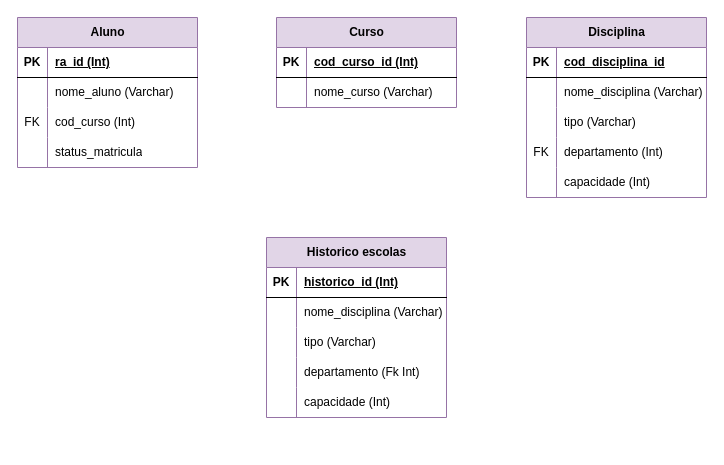
Above: faculdadebd.drawio in Laraewellen/Banco-de-dados-teste (draw.io), before the change. Source tidied: cells renumbered, new cells numbered last; positions are measured from the earlier drawing's top-left corner, leaving out a move shared by most shapes. Both pictures are drawn from the tidied source at 100%, with x=0, y=0 at pixel (17, 17).
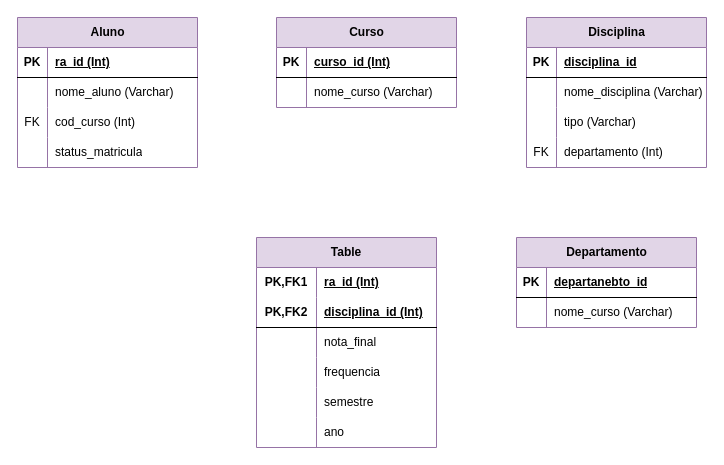
Above is the later version.

Unchanged cells that the change refers to:
```xml
<mxCell id="16" style="shape=tableRow;horizontal=0;startSize=0;swimlaneHead=0;swimlaneBody=0;fillColor=none;top=0;left=0;right=0;bottom=1;" parent="15" vertex="1">
  <mxGeometry y="30" width="180" height="30" as="geometry" />
</mxCell>
<mxCell id="32" style="shape=tableRow;horizontal=0;startSize=0;swimlaneHead=0;swimlaneBody=0;fillColor=none;top=0;left=0;right=0;bottom=1;" parent="31" vertex="1">
  <mxGeometry y="30" width="180" height="30" as="geometry" />
</mxCell>
```

Change to the diagram source:
```diff
@@
     <mxCell id="15" value="Disciplina" style="shape=table;startSize=30;childLayout=tableLayout;rowLines=0;fontStyle=1;align=center;html=1;fillColor=#e1d5e7;strokeColor=#9673a6;" parent="1" vertex="1">
-      <mxGeometry x="509" width="180" height="180" as="geometry" />
+      <mxGeometry x="509" width="180" height="150" as="geometry" />
     </mxCell>
@@
-    <mxCell id="18" value="cod_disciplina_id" style="shape=partialRectangle;fillColor=none;top=0;left=0;bottom=0;right=0;align=left;spacingLeft=6;fontStyle=5;overflow=hidden;whiteSpace=wrap;html=1;" parent="16" vertex="1">
+    <mxCell id="18" value="disciplina_id" style="shape=partialRectangle;fillColor=none;top=0;left=0;bottom=0;right=0;align=left;spacingLeft=6;fontStyle=5;overflow=hidden;whiteSpace=wrap;html=1;" parent="16" vertex="1">
       <mxGeometry x="30" width="150" height="30" as="geometry" />
     </mxCell>
@@
-    <mxCell id="28" style="shape=tableRow;horizontal=0;startSize=0;swimlaneHead=0;swimlaneBody=0;fillColor=none;top=0;left=0;right=0;bottom=0;" parent="15" vertex="1">
-      <mxGeometry y="150" width="180" height="30" as="geometry" />
-    </mxCell>
-    <mxCell id="29" style="shape=partialRectangle;fillColor=none;top=0;left=0;bottom=0;right=0;overflow=hidden;whiteSpace=wrap;html=1;" parent="28" vertex="1">
-      <mxGeometry width="30" height="30" as="geometry" />
-    </mxCell>
-    <mxCell id="30" value="capacidade (Int)" style="shape=partialRectangle;fillColor=none;top=0;left=0;bottom=0;right=0;align=left;spacingLeft=6;overflow=hidden;whiteSpace=wrap;html=1;" parent="28" vertex="1">
-      <mxGeometry x="30" width="150" height="30" as="geometry" />
-    </mxCell>
@@
-    <mxCell id="34" value="cod_curso_id (Int)" style="shape=partialRectangle;fillColor=none;top=0;left=0;bottom=0;right=0;align=left;spacingLeft=6;fontStyle=5;overflow=hidden;whiteSpace=wrap;html=1;" parent="32" vertex="1">
+    <mxCell id="34" value="curso_id (Int)" style="shape=partialRectangle;fillColor=none;top=0;left=0;bottom=0;right=0;align=left;spacingLeft=6;fontStyle=5;overflow=hidden;whiteSpace=wrap;html=1;" parent="32" vertex="1">
       <mxGeometry x="30" width="150" height="30" as="geometry" />
     </mxCell>
@@
-    <mxCell id="38" value="Historico escolas" style="shape=table;startSize=30;childLayout=tableLayout;rowLines=0;fontStyle=1;align=center;html=1;fillColor=#e1d5e7;strokeColor=#9673a6;" parent="1" vertex="1">
-      <mxGeometry x="249" y="220" width="180" height="180" as="geometry" />
-    </mxCell>
+    <mxCell id="54" value="Table" style="shape=table;startSize=30;childLayout=tableLayout;rowLines=0;fontStyle=1;align=center;html=1;whiteSpace=wrap;fillColor=#e1d5e7;strokeColor=#9673a6;" parent="1" vertex="1">
+      <mxGeometry x="239" y="220" width="180" height="210" as="geometry" />
+    </mxCell>
+    <mxCell id="55" style="shape=tableRow;horizontal=0;startSize=0;swimlaneHead=0;swimlaneBody=0;fillColor=none;top=0;left=0;right=0;bottom=0;html=1;" parent="54" vertex="1">
+      <mxGeometry y="30" width="180" height="30" as="geometry" />
+    </mxCell>
+    <mxCell id="56" value="PK,FK1" style="shape=partialRectangle;fillColor=none;top=0;left=0;bottom=0;right=0;fontStyle=1;overflow=hidden;html=1;whiteSpace=wrap;" parent="55" vertex="1">
+      <mxGeometry width="60" height="30" as="geometry" />
+    </mxCell>
+    <mxCell id="57" value="ra_id (Int)" style="shape=partialRectangle;fillColor=none;top=0;left=0;bottom=0;right=0;align=left;spacingLeft=6;fontStyle=5;overflow=hidden;html=1;whiteSpace=wrap;" parent="55" vertex="1">
+      <mxGeometry x="60" width="120" height="30" as="geometry" />
+    </mxCell>
+    <mxCell id="58" style="shape=tableRow;horizontal=0;startSize=0;swimlaneHead=0;swimlaneBody=0;fillColor=none;top=0;left=0;right=0;bottom=1;html=1;" parent="54" vertex="1">
+      <mxGeometry y="60" width="180" height="30" as="geometry" />
+    </mxCell>
+    <mxCell id="59" value="PK,FK2" style="shape=partialRectangle;fillColor=none;top=0;left=0;bottom=0;right=0;fontStyle=1;overflow=hidden;html=1;whiteSpace=wrap;" parent="58" vertex="1">
+      <mxGeometry width="60" height="30" as="geometry" />
+    </mxCell>
+    <mxCell id="60" value="disciplina_id (Int)" style="shape=partialRectangle;fillColor=none;top=0;left=0;bottom=0;right=0;align=left;spacingLeft=6;fontStyle=5;overflow=hidden;html=1;whiteSpace=wrap;" parent="58" vertex="1">
+      <mxGeometry x="60" width="120" height="30" as="geometry" />
+    </mxCell>
+    <mxCell id="61" style="shape=tableRow;horizontal=0;startSize=0;swimlaneHead=0;swimlaneBody=0;fillColor=none;top=0;left=0;right=0;bottom=0;html=1;" parent="54" vertex="1">
+      <mxGeometry y="90" width="180" height="30" as="geometry" />
+    </mxCell>
+    <mxCell id="62" style="shape=partialRectangle;fillColor=none;top=0;left=0;bottom=0;right=0;overflow=hidden;html=1;whiteSpace=wrap;" parent="61" vertex="1">
+      <mxGeometry width="60" height="30" as="geometry" />
+    </mxCell>
+    <mxCell id="63" value="nota_final" style="shape=partialRectangle;fillColor=none;top=0;left=0;bottom=0;right=0;align=left;spacingLeft=6;overflow=hidden;html=1;whiteSpace=wrap;" parent="61" vertex="1">
+      <mxGeometry x="60" width="120" height="30" as="geometry" />
+    </mxCell>
+    <mxCell id="64" style="shape=tableRow;horizontal=0;startSize=0;swimlaneHead=0;swimlaneBody=0;fillColor=none;top=0;left=0;right=0;bottom=0;html=1;" parent="54" vertex="1">
+      <mxGeometry y="120" width="180" height="30" as="geometry" />
+    </mxCell>
+    <mxCell id="65" style="shape=partialRectangle;fillColor=none;top=0;left=0;bottom=0;right=0;overflow=hidden;html=1;whiteSpace=wrap;" parent="64" vertex="1">
+      <mxGeometry width="60" height="30" as="geometry" />
+    </mxCell>
+    <mxCell id="66" value="frequencia" style="shape=partialRectangle;fillColor=none;top=0;left=0;bottom=0;right=0;align=left;spacingLeft=6;overflow=hidden;html=1;whiteSpace=wrap;" parent="64" vertex="1">
+      <mxGeometry x="60" width="120" height="30" as="geometry" />
+    </mxCell>
+    <mxCell id="67" style="shape=tableRow;horizontal=0;startSize=0;swimlaneHead=0;swimlaneBody=0;fillColor=none;top=0;left=0;right=0;bottom=0;html=1;" parent="54" vertex="1">
+      <mxGeometry y="150" width="180" height="30" as="geometry" />
+    </mxCell>
+    <mxCell id="68" style="shape=partialRectangle;fillColor=none;top=0;left=0;bottom=0;right=0;overflow=hidden;html=1;whiteSpace=wrap;" parent="67" vertex="1">
+      <mxGeometry width="60" height="30" as="geometry" />
+    </mxCell>
+    <mxCell id="69" value="semestre" style="shape=partialRectangle;fillColor=none;top=0;left=0;bottom=0;right=0;align=left;spacingLeft=6;overflow=hidden;html=1;whiteSpace=wrap;" parent="67" vertex="1">
+      <mxGeometry x="60" width="120" height="30" as="geometry" />
+    </mxCell>
+    <mxCell id="70" style="shape=tableRow;horizontal=0;startSize=0;swimlaneHead=0;swimlaneBody=0;fillColor=none;top=0;left=0;right=0;bottom=0;html=1;" parent="54" vertex="1">
+      <mxGeometry y="180" width="180" height="30" as="geometry" />
+    </mxCell>
+    <mxCell id="71" style="shape=partialRectangle;fillColor=none;top=0;left=0;bottom=0;right=0;overflow=hidden;html=1;whiteSpace=wrap;" parent="70" vertex="1">
+      <mxGeometry width="60" height="30" as="geometry" />
+    </mxCell>
+    <mxCell id="72" value="ano" style="shape=partialRectangle;fillColor=none;top=0;left=0;bottom=0;right=0;align=left;spacingLeft=6;overflow=hidden;html=1;whiteSpace=wrap;" parent="70" vertex="1">
+      <mxGeometry x="60" width="120" height="30" as="geometry" />
+    </mxCell>
+    <mxCell id="73" value="Departamento" style="shape=table;startSize=30;childLayout=tableLayout;rowLines=0;fontStyle=1;align=center;html=1;fillColor=#e1d5e7;strokeColor=#9673a6;" parent="1" vertex="1">
+      <mxGeometry x="499" y="220" width="180" height="90" as="geometry" />
+    </mxCell>
-    <mxCell id="39" style="shape=tableRow;horizontal=0;startSize=0;swimlaneHead=0;swimlaneBody=0;fillColor=none;top=0;left=0;right=0;bottom=1;" parent="38" vertex="1">
+    <mxCell id="39" style="shape=tableRow;horizontal=0;startSize=0;swimlaneHead=0;swimlaneBody=0;fillColor=none;top=0;left=0;right=0;bottom=1;" parent="73" vertex="1">
       <mxGeometry y="30" width="180" height="30" as="geometry" />
     </mxCell>
@@
-    <mxCell id="41" value="historico_id (Int)" style="shape=partialRectangle;fillColor=none;top=0;left=0;bottom=0;right=0;align=left;spacingLeft=6;fontStyle=5;overflow=hidden;whiteSpace=wrap;html=1;" parent="39" vertex="1">
-      <mxGeometry x="30" width="150" height="30" as="geometry" />
-    </mxCell>
+    <mxCell id="74" value="departanebto_id" style="shape=partialRectangle;fillColor=none;top=0;left=0;bottom=0;right=0;align=left;spacingLeft=6;fontStyle=5;overflow=hidden;whiteSpace=wrap;html=1;" parent="39" vertex="1">
+      <mxGeometry x="30" width="150" height="30" as="geometry" />
+    </mxCell>
-    <mxCell id="42" style="shape=tableRow;horizontal=0;startSize=0;swimlaneHead=0;swimlaneBody=0;fillColor=none;top=0;left=0;right=0;bottom=0;" parent="38" vertex="1">
+    <mxCell id="42" style="shape=tableRow;horizontal=0;startSize=0;swimlaneHead=0;swimlaneBody=0;fillColor=none;top=0;left=0;right=0;bottom=0;" parent="73" vertex="1">
       <mxGeometry y="60" width="180" height="30" as="geometry" />
     </mxCell>
-    <mxCell id="43" style="shape=partialRectangle;fillColor=none;top=0;left=0;bottom=0;right=0;overflow=hidden;whiteSpace=wrap;html=1;" parent="42" vertex="1">
-      <mxGeometry width="30" height="30" as="geometry" />
-    </mxCell>
-    <mxCell id="44" value="nome_disciplina (Varchar)" style="shape=partialRectangle;fillColor=none;top=0;left=0;bottom=0;right=0;align=left;spacingLeft=6;overflow=hidden;whiteSpace=wrap;html=1;" parent="42" vertex="1">
-      <mxGeometry x="30" width="150" height="30" as="geometry" />
-    </mxCell>
-    <mxCell id="45" style="shape=tableRow;horizontal=0;startSize=0;swimlaneHead=0;swimlaneBody=0;fillColor=none;top=0;left=0;right=0;bottom=0;" parent="38" vertex="1">
-      <mxGeometry y="90" width="180" height="30" as="geometry" />
-    </mxCell>
-    <mxCell id="46" style="shape=partialRectangle;fillColor=none;top=0;left=0;bottom=0;right=0;overflow=hidden;whiteSpace=wrap;html=1;" parent="45" vertex="1">
-      <mxGeometry width="30" height="30" as="geometry" />
-    </mxCell>
-    <mxCell id="47" value="tipo (Varchar)" style="shape=partialRectangle;fillColor=none;top=0;left=0;bottom=0;right=0;align=left;spacingLeft=6;overflow=hidden;whiteSpace=wrap;html=1;" parent="45" vertex="1">
-      <mxGeometry x="30" width="150" height="30" as="geometry" />
-    </mxCell>
-    <mxCell id="48" style="shape=tableRow;horizontal=0;startSize=0;swimlaneHead=0;swimlaneBody=0;fillColor=none;top=0;left=0;right=0;bottom=0;" parent="38" vertex="1">
-      <mxGeometry y="120" width="180" height="30" as="geometry" />
-    </mxCell>
-    <mxCell id="49" style="shape=partialRectangle;fillColor=none;top=0;left=0;bottom=0;right=0;overflow=hidden;whiteSpace=wrap;html=1;" parent="48" vertex="1">
-      <mxGeometry width="30" height="30" as="geometry" />
-    </mxCell>
-    <mxCell id="50" value="departamento (Fk Int)" style="shape=partialRectangle;fillColor=none;top=0;left=0;bottom=0;right=0;align=left;spacingLeft=6;overflow=hidden;whiteSpace=wrap;html=1;" parent="48" vertex="1">
-      <mxGeometry x="30" width="150" height="30" as="geometry" />
-    </mxCell>
-    <mxCell id="51" style="shape=tableRow;horizontal=0;startSize=0;swimlaneHead=0;swimlaneBody=0;fillColor=none;top=0;left=0;right=0;bottom=0;" parent="38" vertex="1">
-      <mxGeometry y="150" width="180" height="30" as="geometry" />
-    </mxCell>
-    <mxCell id="52" style="shape=partialRectangle;fillColor=none;top=0;left=0;bottom=0;right=0;overflow=hidden;whiteSpace=wrap;html=1;" parent="51" vertex="1">
-      <mxGeometry width="30" height="30" as="geometry" />
-    </mxCell>
-    <mxCell id="53" value="capacidade (Int)" style="shape=partialRectangle;fillColor=none;top=0;left=0;bottom=0;right=0;align=left;spacingLeft=6;overflow=hidden;whiteSpace=wrap;html=1;" parent="51" vertex="1">
-      <mxGeometry x="30" width="150" height="30" as="geometry" />
-    </mxCell>
+    <mxCell id="75" style="shape=partialRectangle;fillColor=none;top=0;left=0;bottom=0;right=0;overflow=hidden;whiteSpace=wrap;html=1;" parent="42" vertex="1">
+      <mxGeometry width="30" height="30" as="geometry" />
+    </mxCell>
+    <mxCell id="76" value="nome_curso (Varchar)" style="shape=partialRectangle;fillColor=none;top=0;left=0;bottom=0;right=0;align=left;spacingLeft=6;overflow=hidden;whiteSpace=wrap;html=1;" parent="42" vertex="1">
+      <mxGeometry x="30" width="150" height="30" as="geometry" />
+    </mxCell>
```
